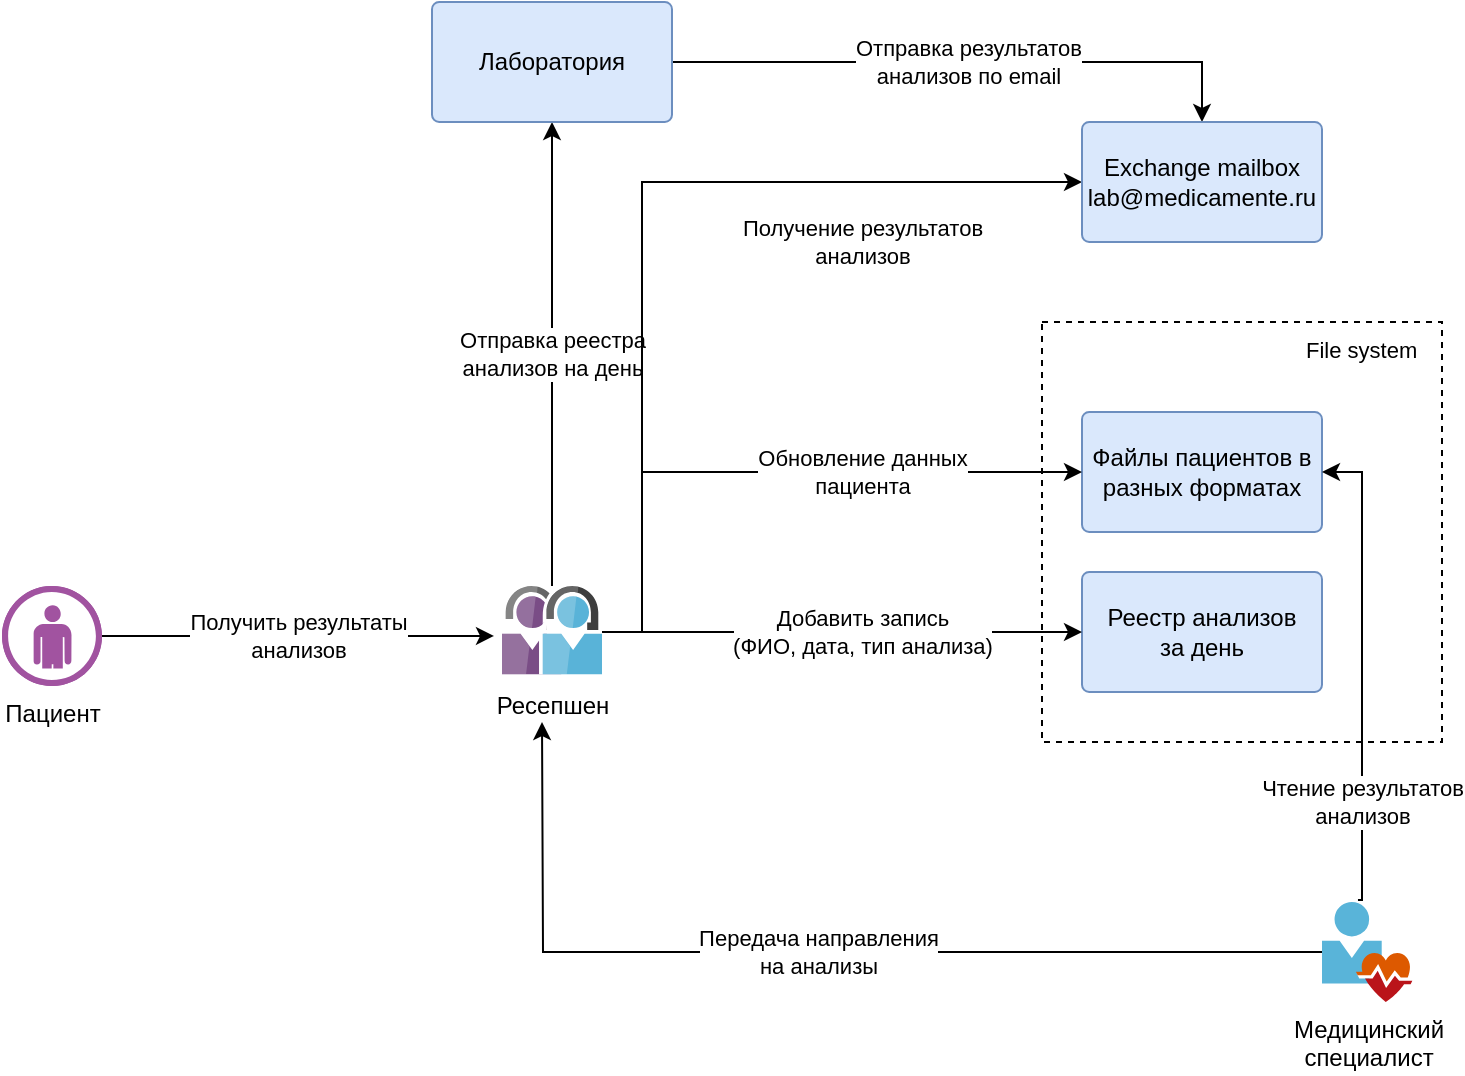
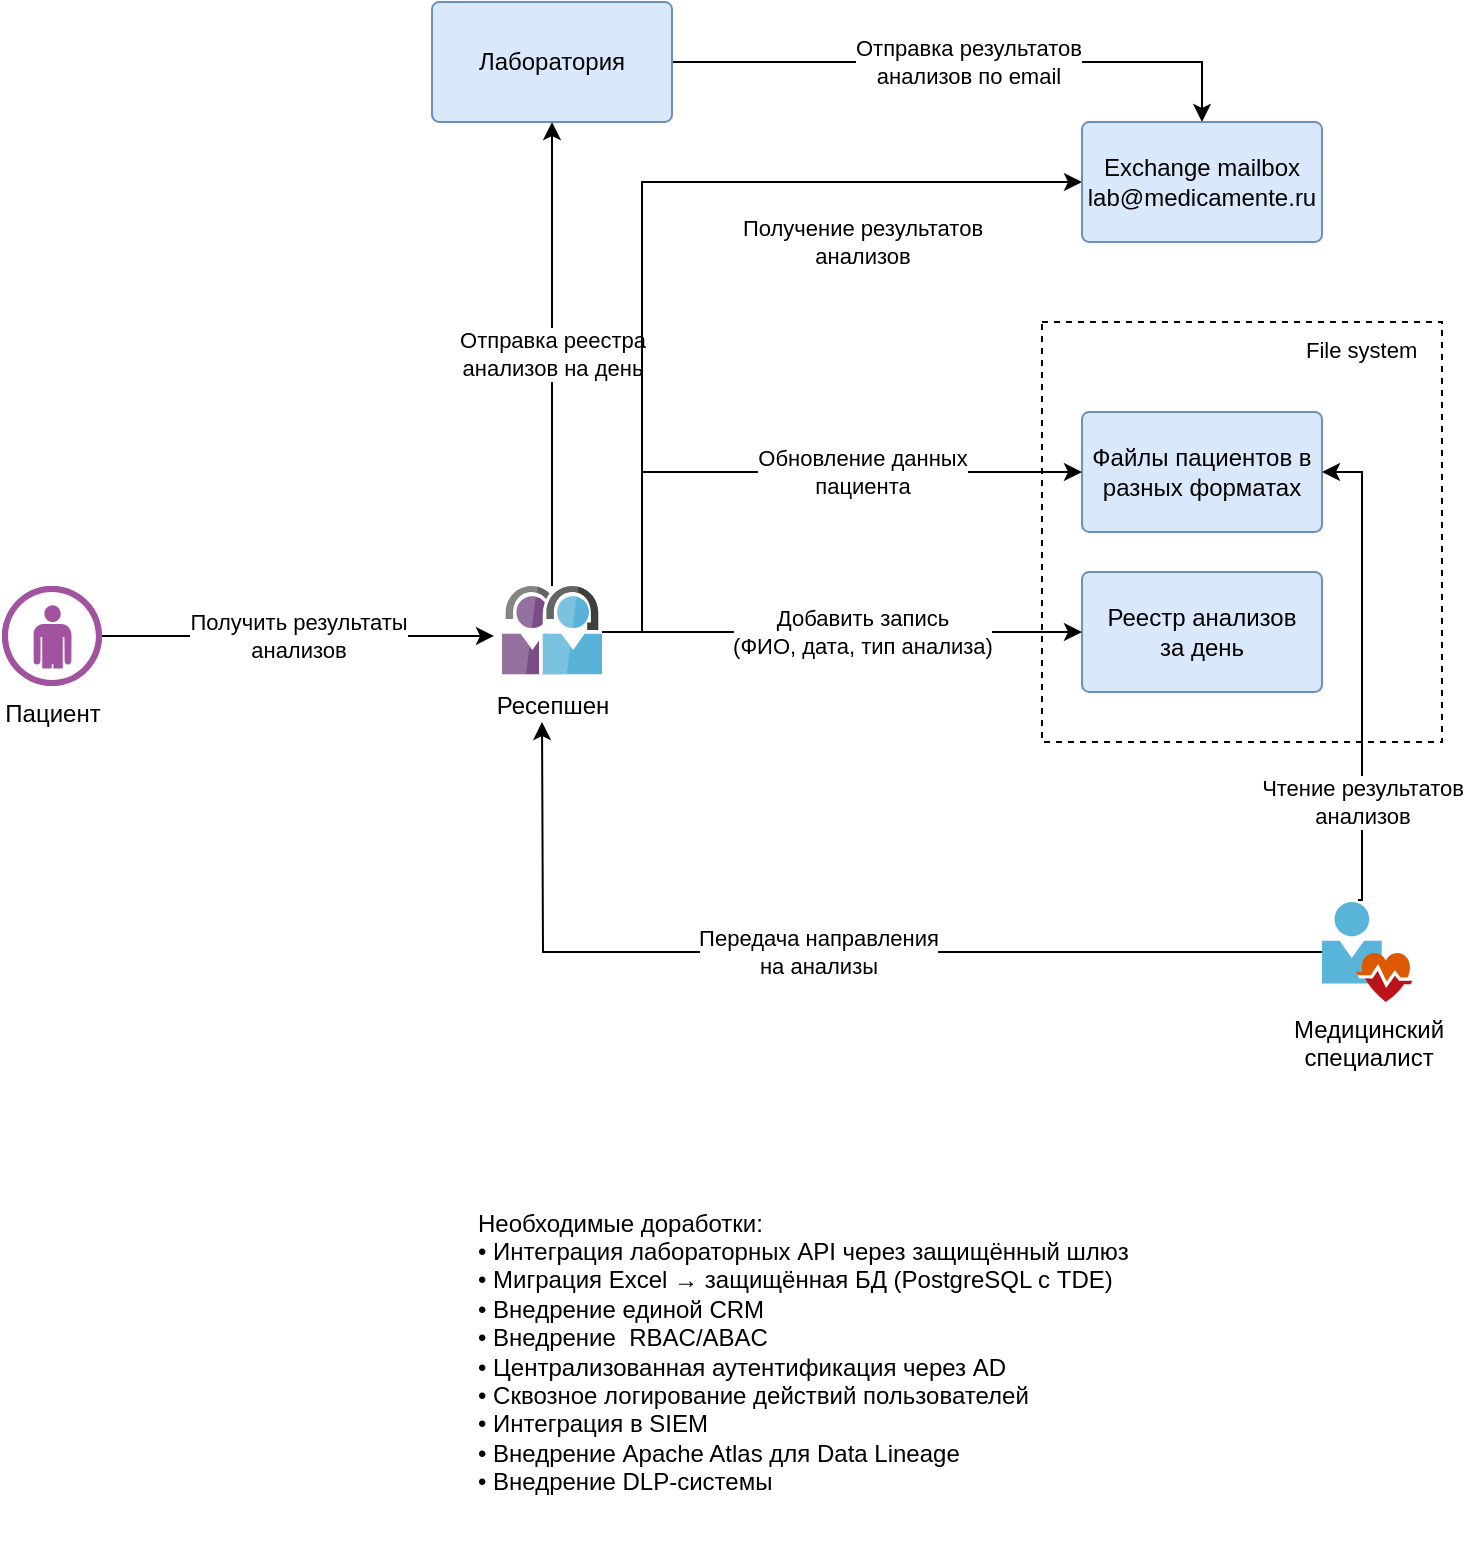
<mxfile host="Electron" agent="Mozilla/5.0 (Windows NT 10.0; Win64; x64) AppleWebKit/537.36 (KHTML, like Gecko) draw.io/27.0.9 Chrome/134.0.6998.205 Electron/35.4.0 Safari/537.36" version="27.0.9">
  <diagram id="qqL9yrHhn_4yVXa2ajzl" name="page-1">
-     <mxGraphModel dx="784" dy="1192" grid="1" gridSize="10" guides="1" tooltips="1" connect="1" arrows="1" fold="1" page="1" pageScale="1" pageWidth="827" pageHeight="1169" math="0" shadow="0">
+     <mxGraphModel dx="784" dy="1123" grid="1" gridSize="10" guides="1" tooltips="1" connect="1" arrows="1" fold="1" page="1" pageScale="1" pageWidth="827" pageHeight="1169" math="0" shadow="0">
      <root>
        <mxCell id="0" />
        <mxCell id="1" parent="0" />
        <mxCell id="bqAZ_eU7jcjJXb1hIQgo-1" value="" style="rounded=0;whiteSpace=wrap;html=1;dashed=1;" parent="1" vertex="1">
          <mxGeometry x="574" y="170" width="200" height="210" as="geometry" />
        </mxCell>
        <mxCell id="bqAZ_eU7jcjJXb1hIQgo-5" value="Реестр анализов&lt;div&gt;за день&lt;br&gt;&lt;/div&gt;" style="rounded=1;whiteSpace=wrap;html=1;fillColor=#dae8fc;strokeColor=#6c8ebf;arcSize=6;" parent="1" vertex="1">
          <mxGeometry x="594" y="295" width="120" height="60" as="geometry" />
        </mxCell>
        <mxCell id="bqAZ_eU7jcjJXb1hIQgo-7" value="Файлы пациентов в разных форматах" style="rounded=1;whiteSpace=wrap;html=1;fillColor=#dae8fc;strokeColor=#6c8ebf;arcSize=6;" parent="1" vertex="1">
          <mxGeometry x="594" y="215" width="120" height="60" as="geometry" />
        </mxCell>
        <mxCell id="bqAZ_eU7jcjJXb1hIQgo-10" value="Пациент" style="verticalLabelPosition=bottom;sketch=0;html=1;fillColor=#A153A0;strokeColor=#ffffff;verticalAlign=top;align=center;points=[[0,0.5,0],[0.125,0.25,0],[0.25,0,0],[0.5,0,0],[0.75,0,0],[0.875,0.25,0],[1,0.5,0],[0.875,0.75,0],[0.75,1,0],[0.5,1,0],[0.125,0.75,0]];pointerEvents=1;shape=mxgraph.cisco_safe.compositeIcon;bgIcon=ellipse;resIcon=mxgraph.cisco_safe.design.user;" parent="1" vertex="1">
          <mxGeometry x="54" y="302" width="50" height="50" as="geometry" />
        </mxCell>
        <mxCell id="bqAZ_eU7jcjJXb1hIQgo-18" value="Чтение результатов&lt;div&gt;анализов&lt;/div&gt;" style="edgeStyle=orthogonalEdgeStyle;rounded=0;orthogonalLoop=1;jettySize=auto;html=1;entryX=1;entryY=0.5;entryDx=0;entryDy=0;flowAnimation=0;exitX=0.391;exitY=-0.02;exitDx=0;exitDy=0;exitPerimeter=0;" parent="1" source="bqAZ_eU7jcjJXb1hIQgo-11" target="bqAZ_eU7jcjJXb1hIQgo-7" edge="1">
          <mxGeometry x="-0.5677" relative="1" as="geometry">
            <Array as="points">
              <mxPoint x="734" y="245" />
            </Array>
            <mxPoint as="offset" />
          </mxGeometry>
        </mxCell>
        <mxCell id="bqAZ_eU7jcjJXb1hIQgo-19" value="Передача направления&lt;div&gt;на анализы&lt;/div&gt;" style="edgeStyle=orthogonalEdgeStyle;rounded=0;orthogonalLoop=1;jettySize=auto;html=1;flowAnimation=0;" parent="1" source="bqAZ_eU7jcjJXb1hIQgo-11" edge="1">
          <mxGeometry relative="1" as="geometry">
            <mxPoint x="324" y="370" as="targetPoint" />
          </mxGeometry>
        </mxCell>
        <mxCell id="bqAZ_eU7jcjJXb1hIQgo-11" value="Медицинский&lt;div&gt;специалист&lt;/div&gt;" style="image;sketch=0;aspect=fixed;html=1;points=[];align=center;fontSize=12;image=img/lib/mscae/User_Health_Icon.svg;" parent="1" vertex="1">
          <mxGeometry x="714" y="460" width="46" height="50" as="geometry" />
        </mxCell>
        <mxCell id="bqAZ_eU7jcjJXb1hIQgo-13" value="Добавить запись&lt;div&gt;(ФИО, дата, тип анализа)&lt;/div&gt;" style="edgeStyle=orthogonalEdgeStyle;rounded=0;orthogonalLoop=1;jettySize=auto;html=1;flowAnimation=0;" parent="1" source="bqAZ_eU7jcjJXb1hIQgo-15" target="bqAZ_eU7jcjJXb1hIQgo-5" edge="1">
          <mxGeometry x="0.0833" relative="1" as="geometry">
            <mxPoint as="offset" />
          </mxGeometry>
        </mxCell>
        <mxCell id="bqAZ_eU7jcjJXb1hIQgo-14" value="Обновление данных&lt;div&gt;пациента&lt;/div&gt;" style="edgeStyle=elbowEdgeStyle;rounded=0;orthogonalLoop=1;jettySize=auto;html=1;entryX=0;entryY=0.5;entryDx=0;entryDy=0;flowAnimation=0;" parent="1" source="bqAZ_eU7jcjJXb1hIQgo-15" target="bqAZ_eU7jcjJXb1hIQgo-7" edge="1">
          <mxGeometry x="0.3125" relative="1" as="geometry">
            <Array as="points">
              <mxPoint x="374" y="280" />
            </Array>
            <mxPoint as="offset" />
          </mxGeometry>
        </mxCell>
        <mxCell id="bqAZ_eU7jcjJXb1hIQgo-23" value="Отправка реестра&lt;div&gt;анализов на день&lt;/div&gt;" style="edgeStyle=orthogonalEdgeStyle;rounded=0;orthogonalLoop=1;jettySize=auto;html=1;entryX=0.5;entryY=1;entryDx=0;entryDy=0;flowAnimation=0;" parent="1" source="bqAZ_eU7jcjJXb1hIQgo-15" target="bqAZ_eU7jcjJXb1hIQgo-20" edge="1">
          <mxGeometry relative="1" as="geometry" />
        </mxCell>
        <mxCell id="bqAZ_eU7jcjJXb1hIQgo-26" value="Получение результатов&lt;div&gt;анализов&lt;/div&gt;" style="edgeStyle=orthogonalEdgeStyle;rounded=0;orthogonalLoop=1;jettySize=auto;html=1;entryX=0;entryY=0.5;entryDx=0;entryDy=0;flowAnimation=0;" parent="1" source="bqAZ_eU7jcjJXb1hIQgo-15" target="bqAZ_eU7jcjJXb1hIQgo-22" edge="1">
          <mxGeometry x="0.5269" y="-30" relative="1" as="geometry">
            <Array as="points">
              <mxPoint x="374" y="325" />
              <mxPoint x="374" y="100" />
            </Array>
            <mxPoint as="offset" />
          </mxGeometry>
        </mxCell>
        <mxCell id="bqAZ_eU7jcjJXb1hIQgo-15" value="Ресепшен" style="image;sketch=0;aspect=fixed;html=1;points=[];align=center;fontSize=12;image=img/lib/mscae/Support_Requests.svg;" parent="1" vertex="1">
          <mxGeometry x="304" y="302" width="50" height="46" as="geometry" />
        </mxCell>
        <mxCell id="bqAZ_eU7jcjJXb1hIQgo-17" value="&lt;span style=&quot;caret-color: rgb(0, 0, 0); color: rgb(0, 0, 0); font-family: Helvetica; font-size: 11px; font-style: normal; font-variant-caps: normal; font-weight: 400; letter-spacing: normal; text-align: center; text-indent: 0px; text-transform: none; white-space: nowrap; word-spacing: 0px; -webkit-text-stroke-width: 0px; background-color: rgb(255, 255, 255); text-decoration: none; float: none; display: inline !important;&quot;&gt;File system&lt;/span&gt;" style="text;whiteSpace=wrap;html=1;" parent="1" vertex="1">
          <mxGeometry x="704" y="170" width="70" height="30" as="geometry" />
        </mxCell>
        <mxCell id="bqAZ_eU7jcjJXb1hIQgo-24" value="Отправка результатов&lt;div&gt;анализов по email&lt;/div&gt;" style="edgeStyle=orthogonalEdgeStyle;rounded=0;orthogonalLoop=1;jettySize=auto;html=1;entryX=0.5;entryY=0;entryDx=0;entryDy=0;flowAnimation=0;" parent="1" source="bqAZ_eU7jcjJXb1hIQgo-20" target="bqAZ_eU7jcjJXb1hIQgo-22" edge="1">
          <mxGeometry relative="1" as="geometry" />
        </mxCell>
        <mxCell id="bqAZ_eU7jcjJXb1hIQgo-20" value="Лаборатория" style="rounded=1;whiteSpace=wrap;html=1;fillColor=#dae8fc;strokeColor=#6c8ebf;imageHeight=24;arcSize=6;" parent="1" vertex="1">
          <mxGeometry x="269" y="10" width="120" height="60" as="geometry" />
        </mxCell>
        <mxCell id="bqAZ_eU7jcjJXb1hIQgo-21" value="Получить результаты&lt;div&gt;анализов&lt;/div&gt;" style="edgeStyle=orthogonalEdgeStyle;rounded=0;orthogonalLoop=1;jettySize=auto;html=1;entryX=-0.08;entryY=0.543;entryDx=0;entryDy=0;entryPerimeter=0;flowAnimation=0;" parent="1" source="bqAZ_eU7jcjJXb1hIQgo-10" target="bqAZ_eU7jcjJXb1hIQgo-15" edge="1">
          <mxGeometry relative="1" as="geometry" />
        </mxCell>
        <mxCell id="bqAZ_eU7jcjJXb1hIQgo-22" value="Exchange mailbox&lt;div&gt;lab@medicamente.ru&lt;/div&gt;" style="rounded=1;whiteSpace=wrap;html=1;fillColor=#dae8fc;strokeColor=#6c8ebf;arcSize=6;" parent="1" vertex="1">
          <mxGeometry x="594" y="70" width="120" height="60" as="geometry" />
        </mxCell>
+         <mxCell id="9szFdV5D3loSujmoAa3L-1" value="&lt;br&gt;&lt;div&gt;Необходимые доработки:&lt;/div&gt;&lt;div&gt;&lt;span style=&quot;background-color: transparent;&quot;&gt;•&amp;nbsp;&lt;/span&gt;&lt;span style=&quot;background-color: transparent;&quot;&gt;Интеграция лабораторных API через защищённый шлюз&lt;/span&gt;&lt;span style=&quot;background-color: transparent; color: light-dark(rgb(0, 0, 0), rgb(255, 255, 255));&quot;&gt;&amp;nbsp;&lt;/span&gt;&lt;/div&gt;&lt;div&gt;&lt;span style=&quot;background-color: transparent; color: light-dark(rgb(0, 0, 0), rgb(255, 255, 255));&quot;&gt;•&amp;nbsp;&lt;/span&gt;&lt;span style=&quot;background-color: transparent;&quot;&gt;Миграция Excel → защищённая БД (PostgreSQL с TDE)&lt;/span&gt;&lt;div&gt;• Внедрение единой CRM&lt;/div&gt;&lt;div&gt;• Внедрение&amp;nbsp; RBAC/ABAC&lt;/div&gt;&lt;div&gt;• Централизованная аутентификация через AD&lt;/div&gt;&lt;div&gt;• Сквозное логирование действий пользователей&lt;/div&gt;&lt;div&gt;• Интеграция в SIEM&lt;/div&gt;&lt;div&gt;• Внедрение Apache Atlas для Data Lineage&lt;/div&gt;&lt;div&gt;• Внедрение DLP-системы&lt;/div&gt;&lt;div&gt;&lt;br&gt;&lt;/div&gt;&lt;/div&gt;" style="text;html=1;align=left;verticalAlign=middle;resizable=0;points=[];autosize=1;strokeColor=none;fillColor=none;" vertex="1" parent="1">
+           <mxGeometry x="290" y="590" width="350" height="190" as="geometry" />
+         </mxCell>
      </root>
    </mxGraphModel>
  </diagram>
</mxfile>
